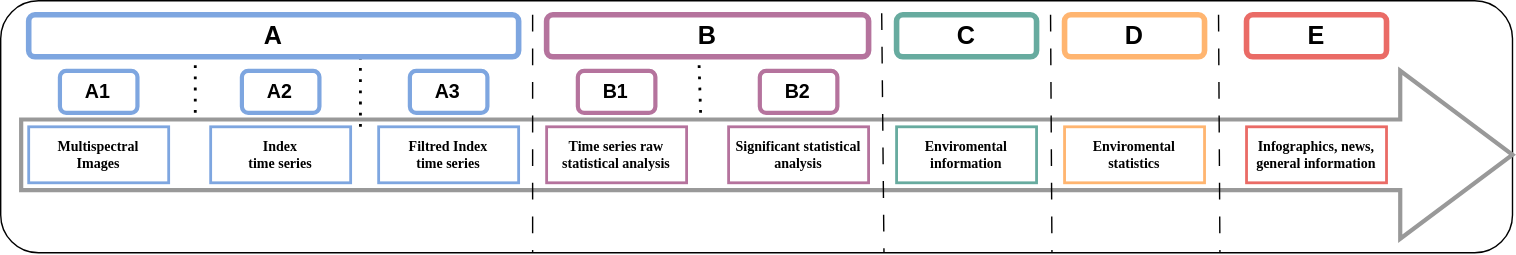
This is img/workFlow.drawio.svg from GeoInfolandyn/infolandyn.github.io, a draw.io export, as it was before one commit. Source tidied: cells renumbered, new cells last; positions are measured from the earlier drawing's top-left corner, leaving out a move shared by most shapes.
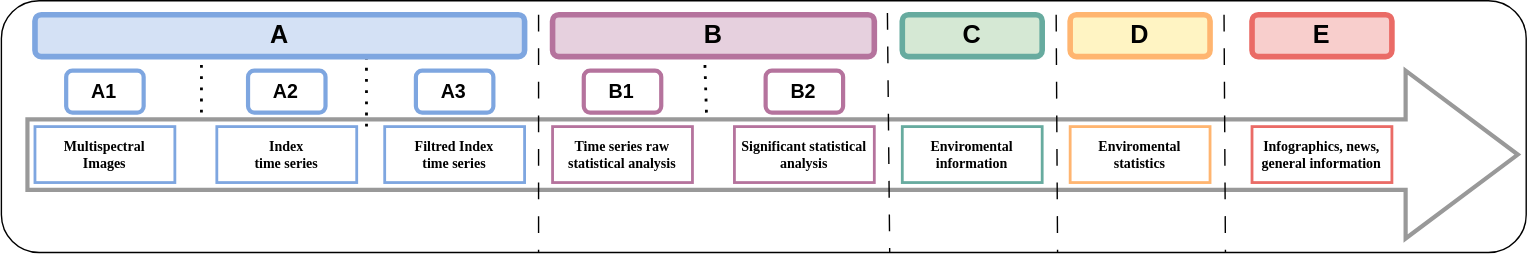
The same file after the commit.

The edit, as a diff of the source:
```diff
@@ -3,7 +3,7 @@
     <mxCell id="0" />
     <mxCell id="1" parent="0" />
     <mxCell id="2" style="rounded=1;whiteSpace=wrap;html=1;fillColor=none;" parent="1" vertex="1">
-      <mxGeometry width="1080" height="180" as="geometry" />
+      <mxGeometry x="-4" width="1090" height="180" as="geometry" />
     </mxCell>
     <mxCell id="3" style="html=1;shadow=0;align=center;verticalAlign=middle;shape=mxgraph.arrows2.arrow;dy=0.58;dx=80.2;notch=0;fillColor=none;strokeColor=#999999;strokeWidth=3;perimeterSpacing=4;" parent="1" vertex="1">
       <mxGeometry x="14.6" y="50" width="1065.4" height="120" as="geometry" />
@@ -66,19 +66,19 @@
         <mxPoint x="871" y="180" as="targetPoint" />
       </mxGeometry>
     </mxCell>
-    <mxCell id="18" value="&lt;h2&gt;A&lt;/h2&gt;" style="rounded=1;whiteSpace=wrap;html=1;fillColor=none;strokeColor=#7EA6E0;strokeWidth=4;" parent="1" vertex="1">
+    <mxCell id="18" value="&lt;h2&gt;A&lt;/h2&gt;" style="rounded=1;whiteSpace=wrap;html=1;fillColor=#D4E1F5;strokeColor=#7EA6E0;strokeWidth=4;" parent="1" vertex="1">
       <mxGeometry x="20" y="10" width="350" height="30" as="geometry" />
     </mxCell>
-    <mxCell id="19" value="&lt;h2&gt;B&lt;/h2&gt;" style="rounded=1;whiteSpace=wrap;html=1;fillColor=none;strokeColor=#B5739D;strokeWidth=4;" parent="1" vertex="1">
+    <mxCell id="19" value="&lt;h2&gt;B&lt;/h2&gt;" style="rounded=1;whiteSpace=wrap;html=1;fillColor=#E6D0DE;strokeColor=#B5739D;strokeWidth=4;" parent="1" vertex="1">
       <mxGeometry x="390" y="10" width="230" height="30" as="geometry" />
     </mxCell>
-    <mxCell id="20" value="&lt;h2&gt;C&lt;/h2&gt;" style="rounded=1;whiteSpace=wrap;html=1;fillColor=none;strokeColor=#67AB9F;strokeWidth=4;" parent="1" vertex="1">
+    <mxCell id="20" value="&lt;h2&gt;C&lt;/h2&gt;" style="rounded=1;whiteSpace=wrap;html=1;fillColor=#D5E8D4;strokeColor=#67AB9F;strokeWidth=4;" parent="1" vertex="1">
       <mxGeometry x="640" y="10" width="100" height="30" as="geometry" />
     </mxCell>
-    <mxCell id="21" value="&lt;h2&gt;D&lt;/h2&gt;" style="rounded=1;whiteSpace=wrap;html=1;fillColor=none;strokeColor=#FFB570;strokeWidth=4;" parent="1" vertex="1">
+    <mxCell id="21" value="&lt;h2&gt;D&lt;/h2&gt;" style="rounded=1;whiteSpace=wrap;html=1;fillColor=#FFF4C3;strokeColor=#FFB570;strokeWidth=4;" parent="1" vertex="1">
       <mxGeometry x="760" y="10" width="100" height="30" as="geometry" />
     </mxCell>
-    <mxCell id="22" value="&lt;h2&gt;E&lt;/h2&gt;" style="rounded=1;whiteSpace=wrap;html=1;fillColor=none;strokeColor=#EA6B66;strokeWidth=4;" parent="1" vertex="1">
+    <mxCell id="22" value="&lt;h2&gt;E&lt;/h2&gt;" style="rounded=1;whiteSpace=wrap;html=1;fillColor=#F8CECC;strokeColor=#EA6B66;strokeWidth=4;" parent="1" vertex="1">
       <mxGeometry x="890" y="10" width="100" height="30" as="geometry" />
     </mxCell>
     <mxCell id="23" style="endArrow=none;dashed=1;html=1;dashPattern=1 3;strokeWidth=2;rounded=0;entryX=0.473;entryY=1.058;entryDx=0;entryDy=0;entryPerimeter=0;" parent="1" edge="1" target="19">
```
